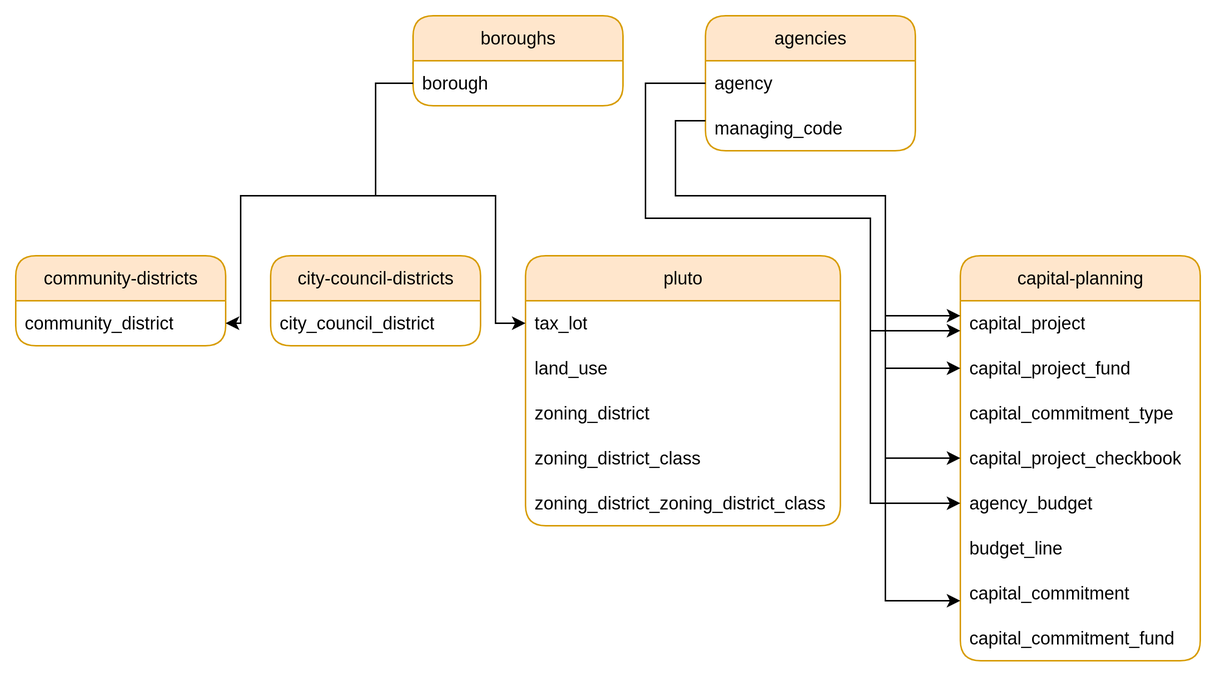
Before: documentation/diagrams/build_table_relationship.drawio.png, a diagram exported from draw.io (NYCPlanning/ae-data-flow). Source tidied: cells renumbered, new cells last; positions are measured from the earlier drawing's top-left corner, leaving out a move shared by most shapes.
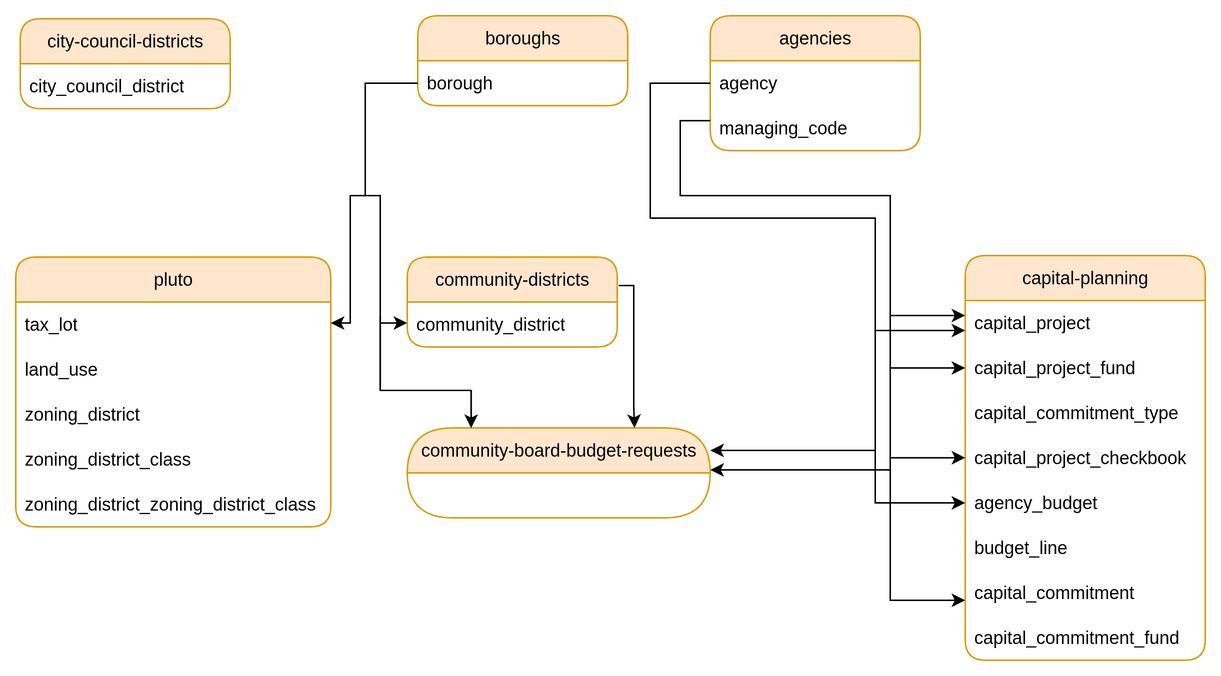
Later version of the same file.

Commit message:
Add community-board-budget-requests

The edit, as a diff of the source:
```diff
@@ -9,19 +9,19 @@
       <mxGeometry y="30" width="140" height="30" as="geometry" />
     </mxCell>
     <mxCell id="4" value="community-districts" style="swimlane;fontStyle=0;horizontal=1;startSize=30;whiteSpace=wrap;html=1;fillColor=#ffe6cc;strokeColor=#d79b00;rounded=1;" parent="1" vertex="1">
-      <mxGeometry y="160" width="140" height="60" as="geometry" />
+      <mxGeometry x="258" y="161" width="140" height="60" as="geometry" />
     </mxCell>
     <mxCell id="5" value="community_district" style="text;strokeColor=none;fillColor=none;align=left;verticalAlign=middle;spacingLeft=4;spacingRight=4;overflow=hidden;points=[[0,0.5,0,0,0],[1,0.5,0,0,0]];portConstraint=eastwest;whiteSpace=wrap;html=1;" parent="4" vertex="1">
       <mxGeometry y="30" width="140" height="30" as="geometry" />
     </mxCell>
     <mxCell id="6" value="city-council-districts" style="swimlane;fontStyle=0;horizontal=1;startSize=30;whiteSpace=wrap;html=1;fillColor=#ffe6cc;strokeColor=#d79b00;rounded=1;" parent="1" vertex="1">
-      <mxGeometry x="170" y="160" width="140" height="60" as="geometry" />
+      <mxGeometry y="2" width="140" height="60" as="geometry" />
     </mxCell>
     <mxCell id="7" value="city_council_district" style="text;strokeColor=none;fillColor=none;align=left;verticalAlign=middle;spacingLeft=4;spacingRight=4;overflow=hidden;whiteSpace=wrap;html=1;" parent="6" vertex="1">
       <mxGeometry y="30" width="140" height="30" as="geometry" />
     </mxCell>
     <mxCell id="8" value="pluto" style="swimlane;fontStyle=0;horizontal=1;startSize=30;whiteSpace=wrap;html=1;rounded=1;fillColor=#ffe6cc;strokeColor=#d79b00;" parent="1" vertex="1">
-      <mxGeometry x="340" y="160" width="210" height="180" as="geometry" />
+      <mxGeometry x="-3" y="161" width="210" height="180" as="geometry" />
     </mxCell>
     <mxCell id="9" value="tax_lot" style="text;strokeColor=none;fillColor=none;align=left;verticalAlign=middle;spacingLeft=4;spacingRight=4;overflow=hidden;points=[[0,0.5],[1,0.5]];portConstraint=eastwest;whiteSpace=wrap;html=1;" parent="8" vertex="1">
       <mxGeometry y="30" width="210" height="30" as="geometry" />
@@ -67,20 +67,19 @@
     </mxCell>
     <mxCell id="23" style="edgeStyle=orthogonalEdgeStyle;rounded=0;jettySize=auto;html=1;" parent="1" edge="1" target="5">
       <mxGeometry relative="1" as="geometry">
-        <mxPoint x="240" y="120" as="sourcePoint" />
+        <mxPoint x="230" y="120" as="sourcePoint" />
         <Array as="points">
-          <mxPoint x="150" y="120" />
-          <mxPoint x="150" y="205" />
+          <mxPoint x="240" y="205" />
         </Array>
       </mxGeometry>
     </mxCell>
     <mxCell id="24" style="edgeStyle=orthogonalEdgeStyle;rounded=0;jettySize=auto;html=1;exitX=0;exitY=0.5;exitDx=0;exitDy=0;exitPerimeter=0;" parent="1" edge="1" source="3" target="9">
       <mxGeometry relative="1" as="geometry">
         <Array as="points">
-          <mxPoint x="240" y="45" />
-          <mxPoint x="240" y="120" />
-          <mxPoint x="320" y="120" />
-          <mxPoint x="320" y="205" />
+          <mxPoint x="230" y="45" />
+          <mxPoint x="230" y="120" />
+          <mxPoint x="220" y="120" />
+          <mxPoint x="220" y="205" />
         </Array>
       </mxGeometry>
     </mxCell>
@@ -154,5 +153,44 @@
         </Array>
       </mxGeometry>
     </mxCell>
+    <mxCell id="34" value="community-board-&lt;span style=&quot;background-color: transparent; color: light-dark(rgb(0, 0, 0), rgb(255, 255, 255));&quot;&gt;budget-requests&lt;/span&gt;" style="swimlane;fontStyle=0;horizontal=1;startSize=30;whiteSpace=wrap;html=1;rounded=1;fillColor=#ffe6cc;strokeColor=#d79b00;arcSize=50;" parent="1" vertex="1">
+      <mxGeometry x="258" y="275" width="202" height="60" as="geometry" />
+    </mxCell>
+    <mxCell id="35" style="edgeStyle=orthogonalEdgeStyle;rounded=0;jettySize=auto;html=1;entryX=0.75;entryY=0;entryDx=0;entryDy=0;" parent="1" edge="1" target="34">
+      <mxGeometry relative="1" as="geometry">
+        <mxPoint x="399" y="180" as="sourcePoint" />
+        <Array as="points">
+          <mxPoint x="399" y="180" />
+          <mxPoint x="409" y="180" />
+          <mxPoint x="409" y="260" />
+          <mxPoint x="410" y="260" />
+        </Array>
+      </mxGeometry>
+    </mxCell>
+    <mxCell id="36" style="edgeStyle=orthogonalEdgeStyle;rounded=0;jettySize=auto;html=1;entryX=0.211;entryY=0.001;entryDx=0;entryDy=0;entryPerimeter=0;" parent="1" edge="1" target="34">
+      <mxGeometry relative="1" as="geometry">
+        <mxPoint x="240" y="200" as="sourcePoint" />
+        <Array as="points">
+          <mxPoint x="240" y="250" />
+          <mxPoint x="301" y="250" />
+        </Array>
+      </mxGeometry>
+    </mxCell>
+    <mxCell id="37" style="edgeStyle=orthogonalEdgeStyle;rounded=0;orthogonalLoop=1;jettySize=auto;html=1;strokeColor=light-dark(#000000,#CCFFCC);entryX=1;entryY=0.5;entryDx=0;entryDy=0;" parent="1" edge="1">
+      <mxGeometry relative="1" as="geometry">
+        <mxPoint x="570" y="290" as="sourcePoint" />
+        <mxPoint x="460" y="290" as="targetPoint" />
+      </mxGeometry>
+    </mxCell>
+    <mxCell id="38" style="edgeStyle=orthogonalEdgeStyle;rounded=0;orthogonalLoop=1;jettySize=auto;html=1;strokeColor=light-dark(#000000,#CCE5FF);" parent="1" edge="1">
+      <mxGeometry relative="1" as="geometry">
+        <mxPoint x="580" y="304" as="sourcePoint" />
+        <mxPoint x="460" y="303" as="targetPoint" />
+        <Array as="points">
+          <mxPoint x="515" y="303" />
+          <mxPoint x="515" y="303" />
+        </Array>
+      </mxGeometry>
+    </mxCell>
   </root>
 </mxGraphModel>
```
